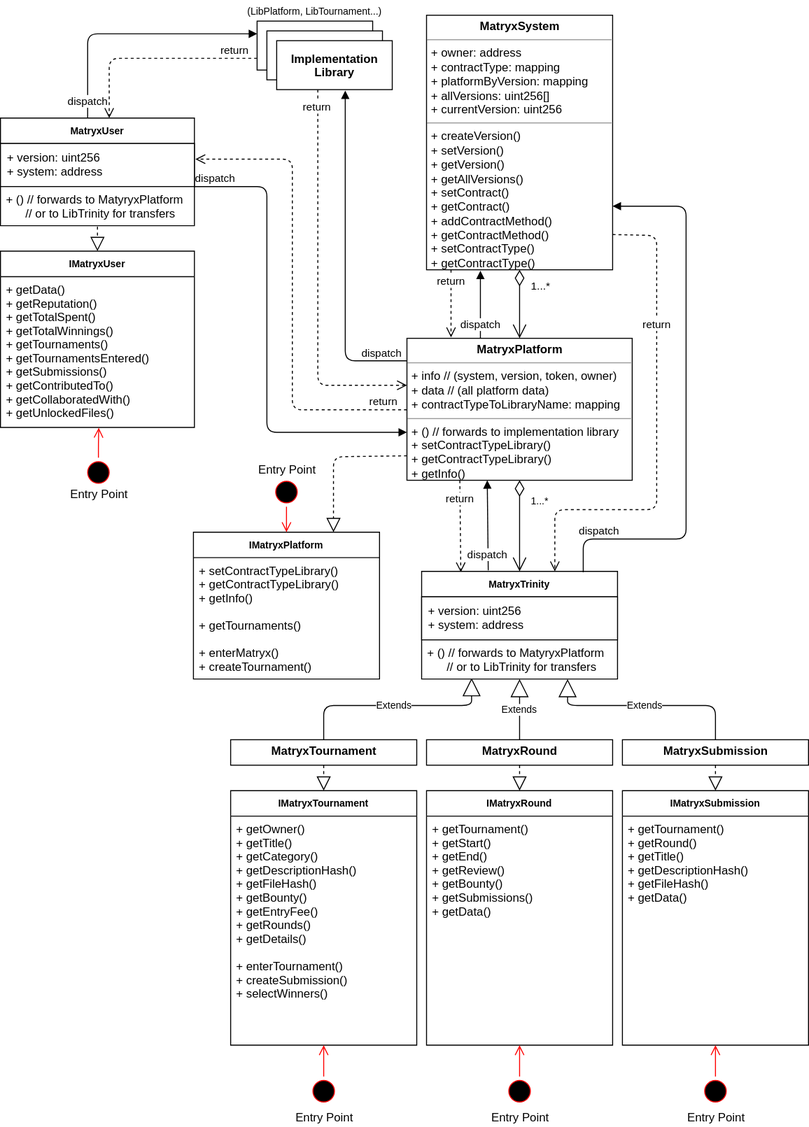
Before: assets/ArchitectureDiagram.svg, a diagram exported from draw.io (matryx/MatryxPlatform). Source tidied: cells renumbered, new cells last; positions are measured from the earlier drawing's top-left corner, leaving out a move shared by most shapes.
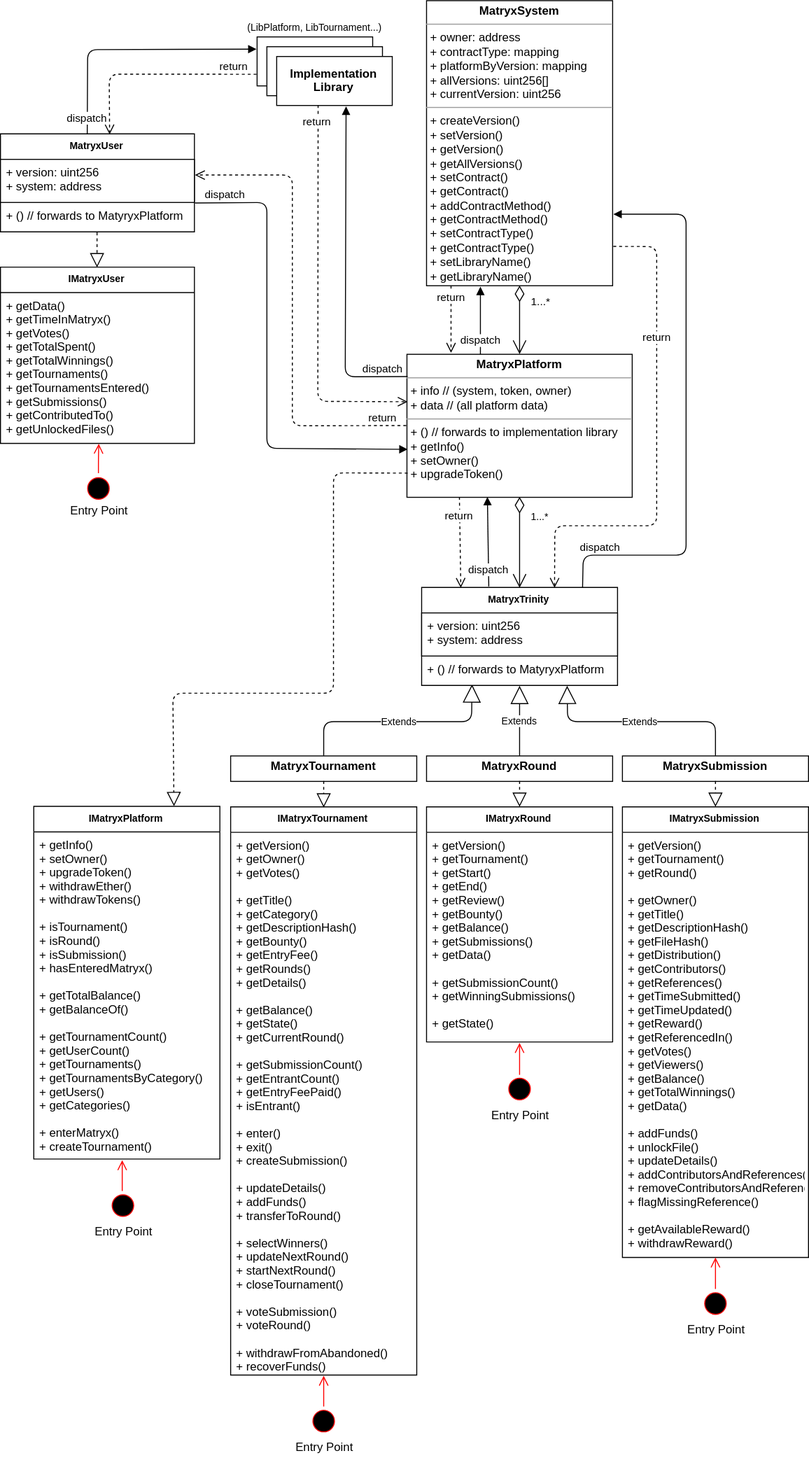
After the commit.

What changed in the source:
```diff
@@ -13,7 +13,7 @@
     </mxCell>
-    <mxCell id="5" value="&lt;p style=&quot;margin: 0px ; margin-top: 4px ; text-align: center&quot;&gt;&lt;b&gt;MatryxPlatform&lt;/b&gt;&lt;/p&gt;&lt;hr size=&quot;1&quot;&gt;&lt;p style=&quot;margin: 0px ; margin-left: 4px&quot;&gt;+ info // (system, version, token, owner)&lt;br&gt;+ data // (all platform data)&lt;/p&gt;&lt;p style=&quot;margin: 0px ; margin-left: 4px&quot;&gt;+ contractTypeToLibraryName: mapping&lt;/p&gt;&lt;hr size=&quot;1&quot;&gt;&lt;p style=&quot;margin: 0px ; margin-left: 4px&quot;&gt;+ () // forwards to implementation library&lt;br&gt;+&amp;nbsp;&lt;span&gt;setContractTypeLibrary()&lt;/span&gt;&lt;/p&gt;&lt;p style=&quot;margin: 0px ; margin-left: 4px&quot;&gt;&lt;span&gt;+&amp;nbsp;&lt;/span&gt;&lt;span&gt;getContractTypeLibrary()&lt;/span&gt;&lt;/p&gt;&lt;p style=&quot;margin: 0px ; margin-left: 4px&quot;&gt;&lt;span&gt;+ getInfo()&lt;/span&gt;&lt;/p&gt;" style="verticalAlign=top;align=left;overflow=fill;fontSize=12;fontFamily=Helvetica;html=1;" parent="1" vertex="1">
-      <mxGeometry x="415" y="344" width="230" height="145" as="geometry" />
+    <mxCell id="5" value="&lt;p style=&quot;margin: 0px ; margin-top: 4px ; text-align: center&quot;&gt;&lt;b&gt;MatryxPlatform&lt;/b&gt;&lt;/p&gt;&lt;hr size=&quot;1&quot;&gt;&lt;p style=&quot;margin: 0px ; margin-left: 4px&quot;&gt;+ info // (system, token, owner)&lt;br&gt;+ data // (all platform data)&lt;/p&gt;&lt;hr size=&quot;1&quot;&gt;&lt;p style=&quot;margin: 0px ; margin-left: 4px&quot;&gt;+ () // forwards to implementation library&lt;br&gt;&lt;/p&gt;&lt;p style=&quot;margin: 0px ; margin-left: 4px&quot;&gt;&lt;span&gt;+ getInfo()&lt;/span&gt;&lt;/p&gt;&lt;p style=&quot;margin: 0px ; margin-left: 4px&quot;&gt;&lt;span&gt;+ setOwner()&lt;/span&gt;&lt;/p&gt;&lt;p style=&quot;margin: 0px ; margin-left: 4px&quot;&gt;&lt;span&gt;+ upgradeToken()&lt;/span&gt;&lt;/p&gt;" style="verticalAlign=top;align=left;overflow=fill;fontSize=12;fontFamily=Helvetica;html=1;" parent="1" vertex="1">
+      <mxGeometry x="415" y="344" width="230" height="146" as="geometry" />
     </mxCell>
-    <mxCell id="6" value="&lt;p style=&quot;margin: 0px ; margin-top: 4px ; text-align: center&quot;&gt;&lt;b&gt;MatryxSystem&lt;/b&gt;&lt;/p&gt;&lt;hr size=&quot;1&quot;&gt;&lt;p style=&quot;margin: 0px ; margin-left: 4px&quot;&gt;+ owner: address&lt;br&gt;+ contractType: mapping&lt;/p&gt;&lt;p style=&quot;margin: 0px ; margin-left: 4px&quot;&gt;+ platformByVersion: mapping&lt;/p&gt;&lt;p style=&quot;margin: 0px ; margin-left: 4px&quot;&gt;+ allVersions: uint256[]&lt;/p&gt;&lt;p style=&quot;margin: 0px ; margin-left: 4px&quot;&gt;+ currentVersion: uint256&lt;/p&gt;&lt;hr size=&quot;1&quot;&gt;&lt;p style=&quot;margin: 0px ; margin-left: 4px&quot;&gt;+ createVersion()&lt;/p&gt;&lt;p style=&quot;margin: 0px ; margin-left: 4px&quot;&gt;+ setVersion()&lt;/p&gt;&lt;p style=&quot;margin: 0px ; margin-left: 4px&quot;&gt;+ getVersion()&lt;/p&gt;&lt;p style=&quot;margin: 0px ; margin-left: 4px&quot;&gt;+ getAllVersions()&lt;/p&gt;&lt;p style=&quot;margin: 0px ; margin-left: 4px&quot;&gt;+ setContract()&lt;/p&gt;&lt;p style=&quot;margin: 0px ; margin-left: 4px&quot;&gt;+ getContract()&lt;/p&gt;&lt;p style=&quot;margin: 0px ; margin-left: 4px&quot;&gt;+ addContractMethod()&lt;/p&gt;&lt;p style=&quot;margin: 0px ; margin-left: 4px&quot;&gt;+ getContractMethod()&lt;/p&gt;&lt;p style=&quot;margin: 0px ; margin-left: 4px&quot;&gt;+ setContractType()&lt;/p&gt;&lt;p style=&quot;margin: 0px ; margin-left: 4px&quot;&gt;+ getContractType()&lt;/p&gt;" style="verticalAlign=top;align=left;overflow=fill;fontSize=12;fontFamily=Helvetica;html=1;" parent="1" vertex="1">
-      <mxGeometry x="435" y="14" width="190" height="260" as="geometry" />
+    <mxCell id="6" value="&lt;p style=&quot;margin: 0px ; margin-top: 4px ; text-align: center&quot;&gt;&lt;b&gt;MatryxSystem&lt;/b&gt;&lt;/p&gt;&lt;hr size=&quot;1&quot;&gt;&lt;p style=&quot;margin: 0px ; margin-left: 4px&quot;&gt;+ owner: address&lt;br&gt;+ contractType: mapping&lt;/p&gt;&lt;p style=&quot;margin: 0px ; margin-left: 4px&quot;&gt;+ platformByVersion: mapping&lt;/p&gt;&lt;p style=&quot;margin: 0px ; margin-left: 4px&quot;&gt;+ allVersions: uint256[]&lt;/p&gt;&lt;p style=&quot;margin: 0px ; margin-left: 4px&quot;&gt;+ currentVersion: uint256&lt;/p&gt;&lt;hr size=&quot;1&quot;&gt;&lt;p style=&quot;margin: 0px ; margin-left: 4px&quot;&gt;+ createVersion()&lt;/p&gt;&lt;p style=&quot;margin: 0px ; margin-left: 4px&quot;&gt;+ setVersion()&lt;/p&gt;&lt;p style=&quot;margin: 0px ; margin-left: 4px&quot;&gt;+ getVersion()&lt;/p&gt;&lt;p style=&quot;margin: 0px ; margin-left: 4px&quot;&gt;+ getAllVersions()&lt;/p&gt;&lt;p style=&quot;margin: 0px ; margin-left: 4px&quot;&gt;+ setContract()&lt;/p&gt;&lt;p style=&quot;margin: 0px ; margin-left: 4px&quot;&gt;+ getContract()&lt;/p&gt;&lt;p style=&quot;margin: 0px ; margin-left: 4px&quot;&gt;+ addContractMethod()&lt;/p&gt;&lt;p style=&quot;margin: 0px ; margin-left: 4px&quot;&gt;+ getContractMethod()&lt;/p&gt;&lt;p style=&quot;margin: 0px ; margin-left: 4px&quot;&gt;+ setContractType()&lt;/p&gt;&lt;p style=&quot;margin: 0px ; margin-left: 4px&quot;&gt;+ getContractType()&lt;/p&gt;&lt;p style=&quot;margin: 0px ; margin-left: 4px&quot;&gt;+ setLibraryName()&lt;/p&gt;&lt;p style=&quot;margin: 0px ; margin-left: 4px&quot;&gt;+ getLibraryName()&lt;/p&gt;" style="verticalAlign=top;align=left;overflow=fill;fontSize=12;fontFamily=Helvetica;html=1;" parent="1" vertex="1">
+      <mxGeometry x="435" y="-17" width="190" height="291" as="geometry" />
     </mxCell>
@@ -77,21 +77,21 @@
     <mxCell id="20" value="IMatryxTournament" style="swimlane;fontStyle=1;horizontal=1;startSize=26;fillColor=none;swimlaneFillColor=#ffffff;fontSize=10;" parent="1" vertex="1">
-      <mxGeometry x="235" y="806" width="190" height="260" as="geometry" />
+      <mxGeometry x="235" y="806" width="190" height="580" as="geometry" />
     </mxCell>
-    <mxCell id="21" value="+ getOwner()&#10;+ getTitle()&#10;+ getCategory()&#10;+ getDescriptionHash()&#10;+ getFileHash()&#10;+ getBounty()&#10;+ getEntryFee()&#10;+ getRounds()&#10;+ getDetails()&#10;&#10;+ enterTournament()&#10;+ createSubmission()&#10;+ selectWinners()&#10;&#10;" style="text;strokeColor=none;fillColor=none;align=left;verticalAlign=top;spacingLeft=4;spacingRight=4;overflow=hidden;points=[[0,0.5],[1,0.5]];portConstraint=eastwest;" parent="20" vertex="1">
-      <mxGeometry y="26" width="190" height="234" as="geometry" />
+    <mxCell id="21" value="+ getVersion()&#10;+ getOwner()&#10;+ getVotes()&#10;&#10;+ getTitle()&#10;+ getCategory()&#10;+ getDescriptionHash()&#10;+ getBounty()&#10;+ getEntryFee()&#10;+ getRounds()&#10;+ getDetails()&#10;&#10;+ getBalance()&#10;+ getState()&#10;+ getCurrentRound()&#10;&#10;+ getSubmissionCount()&#10;+ getEntrantCount()&#10;+ getEntryFeePaid()&#10;+ isEntrant()&#10;&#10;+ enter()&#10;+ exit()&#10;+ createSubmission()&#10;&#10;+ updateDetails()&#10;+ addFunds()&#10;+ transferToRound()&#10;&#10;+ selectWinners()&#10;+ updateNextRound()&#10;+ startNextRound()&#10;+ closeTournament()&#10;&#10;+ voteSubmission()&#10;+ voteRound()&#10;&#10;+ withdrawFromAbandoned()&#10;+ recoverFunds()&#10;" style="text;strokeColor=none;fillColor=none;align=left;verticalAlign=top;spacingLeft=4;spacingRight=4;overflow=hidden;points=[[0,0.5],[1,0.5]];portConstraint=eastwest;" parent="20" vertex="1">
+      <mxGeometry y="26" width="190" height="554" as="geometry" />
     </mxCell>
     <mxCell id="22" value="IMatryxRound" style="swimlane;fontStyle=1;horizontal=1;startSize=26;fillColor=none;swimlaneFillColor=#ffffff;fontSize=10;" parent="1" vertex="1">
-      <mxGeometry x="435" y="806" width="190" height="260" as="geometry" />
+      <mxGeometry x="435" y="806" width="190" height="240" as="geometry" />
     </mxCell>
-    <mxCell id="23" value="+ getTournament()&#10;+ getStart()&#10;+ getEnd()&#10;+ getReview()&#10;+ getBounty()&#10;+ getSubmissions()&#10;+ getData()&#10;" style="text;strokeColor=none;fillColor=none;align=left;verticalAlign=top;spacingLeft=4;spacingRight=4;overflow=hidden;" parent="22" vertex="1">
-      <mxGeometry y="26" width="190" height="234" as="geometry" />
+    <mxCell id="23" value="+ getVersion()&#10;+ getTournament()&#10;+ getStart()&#10;+ getEnd()&#10;+ getReview()&#10;+ getBounty()&#10;+ getBalance()&#10;+ getSubmissions()&#10;+ getData()&#10;&#10;+ getSubmissionCount()&#10;+ getWinningSubmissions()&#10;&#10;+ getState()" style="text;strokeColor=none;fillColor=none;align=left;verticalAlign=top;spacingLeft=4;spacingRight=4;overflow=hidden;" parent="22" vertex="1">
+      <mxGeometry y="26" width="190" height="214" as="geometry" />
     </mxCell>
     <mxCell id="24" value="IMatryxSubmission" style="swimlane;fontStyle=1;horizontal=1;startSize=26;fillColor=none;swimlaneFillColor=#ffffff;fontSize=10;" parent="1" vertex="1">
-      <mxGeometry x="635" y="806" width="190" height="260" as="geometry" />
+      <mxGeometry x="635" y="806" width="190" height="460" as="geometry" />
     </mxCell>
-    <mxCell id="25" value="+ getTournament()&#10;+ getRound()&#10;+ getTitle()&#10;+ getDescriptionHash()&#10;+ getFileHash()&#10;+ getData()&#10;" style="text;strokeColor=none;fillColor=none;align=left;verticalAlign=top;spacingLeft=4;spacingRight=4;overflow=hidden;" parent="24" vertex="1">
-      <mxGeometry y="26" width="190" height="234" as="geometry" />
+    <mxCell id="25" value="+ getVersion()&#10;+ getTournament()&#10;+ getRound()&#10;&#10;+ getOwner()&#10;+ getTitle()&#10;+ getDescriptionHash()&#10;+ getFileHash()&#10;+ getDistribution()&#10;+ getContributors()&#10;+ getReferences()&#10;+ getTimeSubmitted()&#10;+ getTimeUpdated()&#10;+ getReward()&#10;+ getReferencedIn()&#10;+ getVotes()&#10;+ getViewers()&#10;+ getBalance()&#10;+ getTotalWinnings()&#10;+ getData()&#10;&#10;+ addFunds()&#10;+ unlockFile()&#10;+ updateDetails()&#10;+ addContributorsAndReferences()&#10;+ removeContributorsAndReferences()&#10;+ flagMissingReference()&#10;&#10;+ getAvailableReward()&#10;+ withdrawReward()" style="text;strokeColor=none;fillColor=none;align=left;verticalAlign=top;spacingLeft=4;spacingRight=4;overflow=hidden;" parent="24" vertex="1">
+      <mxGeometry y="26" width="190" height="434" as="geometry" />
     </mxCell>
     <mxCell id="26" value="MatryxTrinity" style="swimlane;fontStyle=1;align=center;verticalAlign=top;horizontal=1;startSize=26;swimlaneFillColor=#ffffff;fontSize=10;fillColor=#ffffff;strokeColor=#000000;" parent="1" vertex="1">
-      <mxGeometry x="430" y="582" width="200" height="110" as="geometry" />
+      <mxGeometry x="430" y="582" width="200" height="100" as="geometry" />
     </mxCell>
@@ -100,4 +100,4 @@
     </mxCell>
-    <mxCell id="28" value="+ () // forwards to MatyryxPlatform&#10;      // or to LibTrinity for transfers&#10;" style="text;strokeColor=none;fillColor=none;align=left;verticalAlign=top;spacingLeft=4;spacingRight=4;overflow=hidden;points=[[0,0.5],[1,0.5]];portConstraint=eastwest;" parent="26" vertex="1">
-      <mxGeometry y="70" width="200" height="40" as="geometry" />
+    <mxCell id="28" value="+ () // forwards to MatyryxPlatform&#10;" style="text;strokeColor=none;fillColor=none;align=left;verticalAlign=top;spacingLeft=4;spacingRight=4;overflow=hidden;points=[[0,0.5],[1,0.5]];portConstraint=eastwest;" parent="26" vertex="1">
+      <mxGeometry y="70" width="200" height="30" as="geometry" />
     </mxCell>
@@ -113,8 +113,9 @@
     <mxCell id="32" style="ellipse;html=1;shape=startState;fillColor=#000000;strokeColor=#ff0000;fontSize=10;" parent="1" vertex="1">
-      <mxGeometry x="315" y="1098" width="30" height="30" as="geometry" />
+      <mxGeometry x="315" y="1418" width="30" height="30" as="geometry" />
     </mxCell>
-    <mxCell id="33" style="edgeStyle=orthogonalEdgeStyle;html=1;verticalAlign=bottom;endArrow=open;endSize=8;strokeColor=#ff0000;fontSize=10;entryX=0.498;entryY=0.998;entryPerimeter=0;exitX=0.5;exitY=0;" parent="1" edge="1" source="32" target="21">
+    <mxCell id="33" style="edgeStyle=orthogonalEdgeStyle;html=1;verticalAlign=bottom;endArrow=open;endSize=8;strokeColor=#ff0000;fontSize=10;entryX=0.498;entryY=0.998;entryPerimeter=0;exitX=0.5;exitY=0;" parent="1" edge="1" source="32">
       <mxGeometry relative="1" as="geometry">
+        <mxPoint x="330" y="1386" as="targetPoint" />
         <Array as="points">
-          <mxPoint x="330" y="1091" />
+          <mxPoint x="330" y="1411" />
         </Array>
@@ -123,3 +124,3 @@
     <mxCell id="34" style="ellipse;html=1;shape=startState;fillColor=#000000;strokeColor=#ff0000;fontSize=10;" parent="1" vertex="1">
-      <mxGeometry x="515" y="1098" width="30" height="30" as="geometry" />
+      <mxGeometry x="515" y="1079" width="30" height="30" as="geometry" />
     </mxCell>
@@ -127,3 +128,3 @@
       <mxGeometry relative="1" as="geometry">
-        <mxPoint x="530" y="1066" as="targetPoint" />
+        <mxPoint x="530" y="1047" as="targetPoint" />
       </mxGeometry>
@@ -131,3 +132,3 @@
     <mxCell id="36" style="ellipse;html=1;shape=startState;fillColor=#000000;strokeColor=#ff0000;fontSize=10;" parent="1" vertex="1">
-      <mxGeometry x="715" y="1098" width="30" height="30" as="geometry" />
+      <mxGeometry x="715" y="1298" width="30" height="30" as="geometry" />
     </mxCell>
@@ -135,3 +136,3 @@
       <mxGeometry relative="1" as="geometry">
-        <mxPoint x="730" y="1066" as="targetPoint" />
+        <mxPoint x="730" y="1266" as="targetPoint" />
       </mxGeometry>
@@ -143,3 +144,3 @@
           <mxPoint x="700" y="549" />
-          <mxPoint x="700" y="209" />
+          <mxPoint x="700" y="201" />
         </Array>
@@ -150,3 +151,3 @@
         <Array as="points">
-          <mxPoint x="670" y="239" />
+          <mxPoint x="670" y="234" />
           <mxPoint x="670" y="519" />
@@ -165,6 +166,6 @@
     <mxCell id="42" value="IMatryxPlatform" style="swimlane;fontStyle=1;horizontal=1;startSize=26;fillColor=none;swimlaneFillColor=#ffffff;fontSize=10;labelBackgroundColor=none;" parent="1" vertex="1">
-      <mxGeometry x="197" y="542" width="190" height="150" as="geometry" />
+      <mxGeometry x="34" y="805.5" width="190" height="360" as="geometry" />
     </mxCell>
-    <mxCell id="43" value="+ setContractTypeLibrary()&#10;+ getContractTypeLibrary()&#10;+ getInfo()&#10;&#10;+ getTournaments()&#10;&#10;+ enterMatryx()&#10;+ createTournament()&#10;" style="text;strokeColor=none;fillColor=none;align=left;verticalAlign=top;spacingLeft=4;spacingRight=4;overflow=hidden;" parent="42" vertex="1">
-      <mxGeometry y="26" width="190" height="124" as="geometry" />
+    <mxCell id="43" value="+ getInfo()&#10;+ setOwner()&#10;+ upgradeToken()&#10;+ withdrawEther()&#10;+ withdrawTokens()&#10;&#10;+ isTournament()&#10;+ isRound()&#10;+ isSubmission()&#10;+ hasEnteredMatryx()&#10;&#10;+ getTotalBalance()&#10;+ getBalanceOf()&#10;&#10;+ getTournamentCount()&#10;+ getUserCount()&#10;+ getTournaments()&#10;+ getTournamentsByCategory()&#10;+ getUsers()&#10;+ getCategories()&#10;&#10;+ enterMatryx()&#10;+ createTournament()" style="text;strokeColor=none;fillColor=none;align=left;verticalAlign=top;spacingLeft=4;spacingRight=4;overflow=hidden;" parent="42" vertex="1">
+      <mxGeometry y="26" width="190" height="334" as="geometry" />
     </mxCell>
@@ -174,2 +175,4 @@
           <mxPoint x="340" y="465" />
+          <mxPoint x="340" y="690" />
+          <mxPoint x="176" y="690" />
         </Array>
@@ -177,20 +180,11 @@
     </mxCell>
-    <mxCell id="45" style="ellipse;html=1;shape=startState;fillColor=#000000;strokeColor=#ff0000;fontSize=10;" parent="1" vertex="1">
-      <mxGeometry x="277" y="486" width="30" height="30" as="geometry" />
-    </mxCell>
-    <mxCell id="46" style="edgeStyle=orthogonalEdgeStyle;html=1;verticalAlign=bottom;endArrow=open;endSize=8;strokeColor=#ff0000;fontSize=10;entryX=0.5;entryY=0;exitX=0.5;exitY=1;" parent="1" edge="1" source="45" target="42">
-      <mxGeometry relative="1" as="geometry" />
-    </mxCell>
     <mxCell id="47" value="Entry Point" style="text;html=1;strokeColor=none;fillColor=none;align=center;verticalAlign=middle;whiteSpace=wrap;rounded=0;" parent="1" vertex="1">
-      <mxGeometry x="295" y="1129" width="70" height="20" as="geometry" />
+      <mxGeometry x="295" y="1449" width="70" height="20" as="geometry" />
     </mxCell>
     <mxCell id="48" value="Entry Point" style="text;html=1;strokeColor=none;fillColor=none;align=center;verticalAlign=middle;whiteSpace=wrap;rounded=0;" parent="1" vertex="1">
-      <mxGeometry x="495" y="1129" width="70" height="20" as="geometry" />
+      <mxGeometry x="495" y="1110" width="70" height="20" as="geometry" />
     </mxCell>
     <mxCell id="49" value="Entry Point" style="text;html=1;strokeColor=none;fillColor=none;align=center;verticalAlign=middle;whiteSpace=wrap;rounded=0;" parent="1" vertex="1">
-      <mxGeometry x="695" y="1129" width="70" height="20" as="geometry" />
+      <mxGeometry x="695" y="1329" width="70" height="20" as="geometry" />
     </mxCell>
-    <mxCell id="50" value="Entry Point" style="text;html=1;strokeColor=none;fillColor=none;align=center;verticalAlign=middle;whiteSpace=wrap;rounded=0;" parent="1" vertex="1">
-      <mxGeometry x="257" y="467.5" width="70" height="20" as="geometry" />
-    </mxCell>
     <mxCell id="51" value="IMatryxUser" style="swimlane;fontStyle=1;horizontal=1;startSize=26;fillColor=none;swimlaneFillColor=#ffffff;fontSize=10;" parent="1" vertex="1">
@@ -198,3 +192,3 @@
     </mxCell>
-    <mxCell id="52" value="+ getData()&#10;+ getReputation()&#10;+ getTotalSpent()&#10;+ getTotalWinnings()&#10;+ getTournaments()&#10;+ getTournamentsEntered()&#10;+ getSubmissions()&#10;+ getContributedTo()&#10;+ getCollaboratedWith()&#10;+ getUnlockedFiles()" style="text;strokeColor=none;fillColor=none;align=left;verticalAlign=top;spacingLeft=4;spacingRight=4;overflow=hidden;" parent="51" vertex="1">
+    <mxCell id="52" value="+ getData()&#10;+ getTimeInMatryx()&#10;+ getVotes()&#10;+ getTotalSpent()&#10;+ getTotalWinnings()&#10;+ getTournaments()&#10;+ getTournamentsEntered()&#10;+ getSubmissions()&#10;+ getContributedTo()&#10;+ getUnlockedFiles()" style="text;strokeColor=none;fillColor=none;align=left;verticalAlign=top;spacingLeft=4;spacingRight=4;overflow=hidden;" parent="51" vertex="1">
       <mxGeometry y="26" width="198" height="154" as="geometry" />
@@ -205,3 +199,3 @@
     <mxCell id="54" value="dispatch" style="html=1;verticalAlign=bottom;endArrow=block;entryX=0.002;entryY=0.66;entryPerimeter=0;exitX=1.002;exitY=1.003;exitPerimeter=0;" parent="1" edge="1" source="56" target="5">
-      <mxGeometry x="-0.91" relative="1" as="geometry">
+      <mxGeometry x="-0.86" relative="1" as="geometry">
         <Array as="points">
@@ -213,3 +207,3 @@
     <mxCell id="55" value="MatryxUser" style="swimlane;fontStyle=1;align=center;verticalAlign=top;horizontal=1;startSize=26;swimlaneFillColor=#ffffff;fontSize=10;fillColor=#ffffff;strokeColor=#000000;" parent="1" vertex="1">
-      <mxGeometry y="119" width="198" height="110" as="geometry" />
+      <mxGeometry y="119" width="198" height="100" as="geometry" />
     </mxCell>
@@ -218,4 +212,4 @@
     </mxCell>
-    <mxCell id="57" value="+ () // forwards to MatyryxPlatform&#10;      // or to LibTrinity for transfers&#10;" style="text;strokeColor=none;fillColor=none;align=left;verticalAlign=top;spacingLeft=4;spacingRight=4;overflow=hidden;points=[[0,0.5],[1,0.5]];portConstraint=eastwest;" parent="55" vertex="1">
-      <mxGeometry y="70" width="198" height="40" as="geometry" />
+    <mxCell id="57" value="+ () // forwards to MatyryxPlatform&#10;" style="text;strokeColor=none;fillColor=none;align=left;verticalAlign=top;spacingLeft=4;spacingRight=4;overflow=hidden;points=[[0,0.5],[1,0.5]];portConstraint=eastwest;" parent="55" vertex="1">
+      <mxGeometry y="70" width="198" height="30" as="geometry" />
     </mxCell>
@@ -254,2 +248,16 @@
     </mxCell>
+    <mxCell id="64" style="ellipse;html=1;shape=startState;fillColor=#000000;strokeColor=#ff0000;fontSize=10;" parent="1" vertex="1">
+      <mxGeometry x="110" y="1198" width="30" height="30" as="geometry" />
+    </mxCell>
+    <mxCell id="65" style="edgeStyle=orthogonalEdgeStyle;html=1;verticalAlign=bottom;endArrow=open;endSize=8;strokeColor=#ff0000;fontSize=10;entryX=0.498;entryY=0.998;entryPerimeter=0;exitX=0.5;exitY=0;" parent="1" edge="1" source="64">
+      <mxGeometry relative="1" as="geometry">
+        <mxPoint x="125" y="1166" as="targetPoint" />
+        <Array as="points">
+          <mxPoint x="125" y="1191" />
+        </Array>
+      </mxGeometry>
+    </mxCell>
+    <mxCell id="50" value="Entry Point" style="text;html=1;strokeColor=none;fillColor=none;align=center;verticalAlign=middle;whiteSpace=wrap;rounded=0;" parent="1" vertex="1">
+      <mxGeometry x="90" y="1229" width="70" height="20" as="geometry" />
+    </mxCell>
   </root>
```
